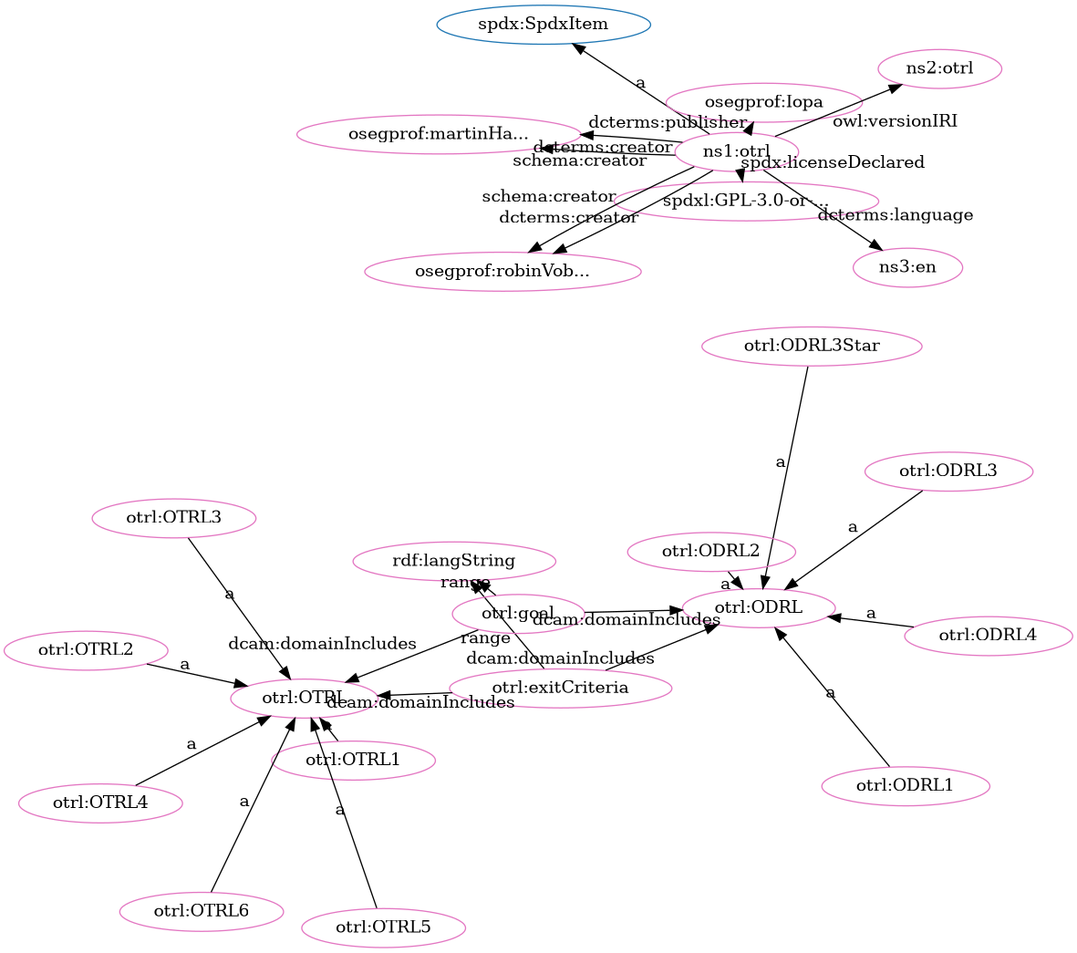
Above: src/spec/fdp_otrl-clean.png in iop-alliance/OpenKnowHow (Graphviz), before the change. Its source is kept beside it as src/spec/fdp_otrl-clean.dot.
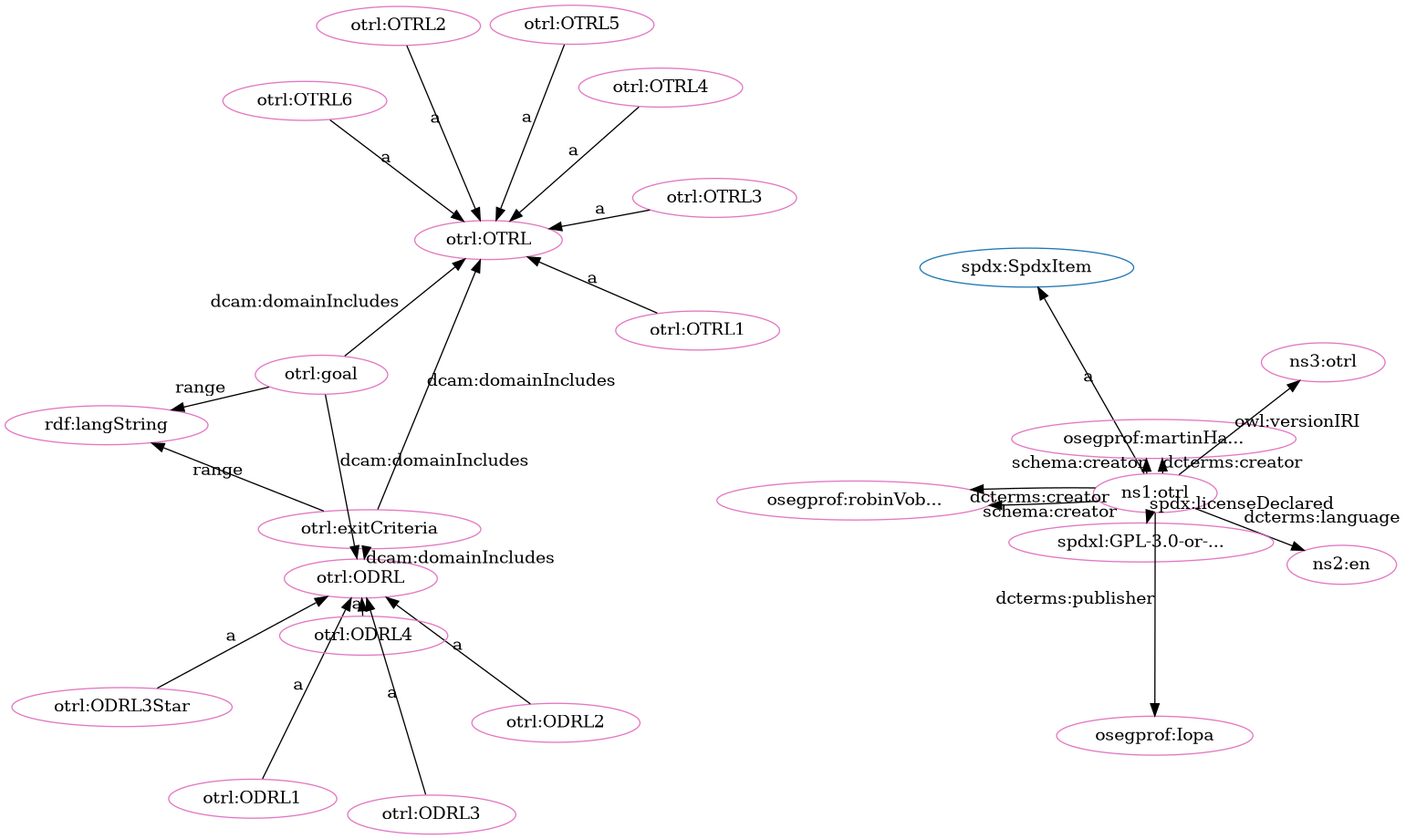
The same file after the commit.

Change to the diagram source:
```diff
@@ -1,56 +1,56 @@
 digraph G {
   rankdir=BT
   node[height=.3]
+"http://w3id.org/oseg/ont/otrl#ODRL" [fillcolor="#1f77b4" color="#1f77b4" label="otrl:ODRL"]
+"http://spdx.org/rdf/terms#SpdxItem" [fillcolor="#1f77b4" color="#1f77b4" label="spdx:SpdxItem"]
 "http://w3id.org/oseg/ont/otrl#OTRL" [fillcolor="#1f77b4" color="#1f77b4" label="otrl:OTRL"]
-"http://spdx.org/rdf/terms#SpdxItem" [fillcolor="#1f77b4" color="#1f77b4" label="spdx:SpdxItem"]
-"http://w3id.org/oseg/ont/otrl#ODRL" [fillcolor="#1f77b4" color="#1f77b4" label="otrl:ODRL"]
+"http://w3id.org/oseg/ont/otrl#OTRL" [fillcolor="#e377c2" color="#e377c2" label="otrl:OTRL"]
+"http://w3id.org/oseg/ont/otrl#ODRL1" [fillcolor="#e377c2" color="#e377c2" label="otrl:ODRL1"]
 "http://w3id.org/oseg/ont/otrl" [fillcolor="#e377c2" color="#e377c2" label="ns1:otrl"]
-"http://spdx.org/licenses/GPL-3.0-or-later" [fillcolor="#e377c2" color="#e377c2" label="spdxl:GPL-3.0-or-..."]
-"http://w3id.org/oseg/ont/otrl#exitCriteria" [fillcolor="#e377c2" color="#e377c2" label="otrl:exitCriteria"]
-"http://w3id.org/oseg/ont/otrl#OTRL3" [fillcolor="#e377c2" color="#e377c2" label="otrl:OTRL3"]
-"http://www.w3.org/1999/02/22-rdf-syntax-ns#langString" [fillcolor="#e377c2" color="#e377c2" label="rdf:langString"]
-"http://w3id.org/oseg/ont/otrl#OTRL" [fillcolor="#e377c2" color="#e377c2" label="otrl:OTRL"]
-"http://w3id.org/oseg/ont/otrl#goal" [fillcolor="#e377c2" color="#e377c2" label="otrl:goal"]
-"http://w3id.org/oseg/ont/oseg-profiles#Iopa" [fillcolor="#e377c2" color="#e377c2" label="osegprof:Iopa"]
-"http://w3id.org/oseg/ont/otrl#OTRL4" [fillcolor="#e377c2" color="#e377c2" label="otrl:OTRL4"]
+"http://id.loc.gov/vocabulary/iso639-1/en" [fillcolor="#e377c2" color="#e377c2" label="ns2:en"]
+"http://w3id.org/oseg/ont/otrl#OTRL6" [fillcolor="#e377c2" color="#e377c2" label="otrl:OTRL6"]
 "http://w3id.org/oseg/ont/oseg-profiles#martinHaeuer" [fillcolor="#e377c2" color="#e377c2" label="osegprof:martinHa..."]
 "http://w3id.org/oseg/ont/otrl#ODRL" [fillcolor="#e377c2" color="#e377c2" label="otrl:ODRL"]
-"http://w3id.org/oseg/ont/1.1.0/otrl" [fillcolor="#e377c2" color="#e377c2" label="ns2:otrl"]
+"http://www.w3.org/1999/02/22-rdf-syntax-ns#langString" [fillcolor="#e377c2" color="#e377c2" label="rdf:langString"]
+"http://w3id.org/oseg/ont/oseg-profiles#robinVobruba" [fillcolor="#e377c2" color="#e377c2" label="osegprof:robinVob..."]
+"http://w3id.org/oseg/ont/otrl#OTRL2" [fillcolor="#e377c2" color="#e377c2" label="otrl:OTRL2"]
+"http://w3id.org/oseg/ont/otrl#exitCriteria" [fillcolor="#e377c2" color="#e377c2" label="otrl:exitCriteria"]
+"http://w3id.org/oseg/ont/otrl#ODRL2" [fillcolor="#e377c2" color="#e377c2" label="otrl:ODRL2"]
+"http://w3id.org/oseg/ont/1.1.0/otrl" [fillcolor="#e377c2" color="#e377c2" label="ns3:otrl"]
+"http://w3id.org/oseg/ont/otrl#OTRL1" [fillcolor="#e377c2" color="#e377c2" label="otrl:OTRL1"]
+"http://w3id.org/oseg/ont/otrl#OTRL3" [fillcolor="#e377c2" color="#e377c2" label="otrl:OTRL3"]
 "http://w3id.org/oseg/ont/otrl#ODRL4" [fillcolor="#e377c2" color="#e377c2" label="otrl:ODRL4"]
-"http://w3id.org/oseg/ont/oseg-profiles#robinVobruba" [fillcolor="#e377c2" color="#e377c2" label="osegprof:robinVob..."]
-"http://w3id.org/oseg/ont/otrl#ODRL1" [fillcolor="#e377c2" color="#e377c2" label="otrl:ODRL1"]
-"http://w3id.org/oseg/ont/otrl#OTRL1" [fillcolor="#e377c2" color="#e377c2" label="otrl:OTRL1"]
+"http://spdx.org/licenses/GPL-3.0-or-later" [fillcolor="#e377c2" color="#e377c2" label="spdxl:GPL-3.0-or-..."]
+"http://w3id.org/oseg/ont/otrl#ODRL3Star" [fillcolor="#e377c2" color="#e377c2" label="otrl:ODRL3Star"]
+"http://w3id.org/oseg/ont/otrl#ODRL3" [fillcolor="#e377c2" color="#e377c2" label="otrl:ODRL3"]
+"http://w3id.org/oseg/ont/otrl#goal" [fillcolor="#e377c2" color="#e377c2" label="otrl:goal"]
+"http://w3id.org/oseg/ont/otrl#OTRL4" [fillcolor="#e377c2" color="#e377c2" label="otrl:OTRL4"]
 "http://w3id.org/oseg/ont/otrl#OTRL5" [fillcolor="#e377c2" color="#e377c2" label="otrl:OTRL5"]
-"http://w3id.org/oseg/ont/otrl#OTRL2" [fillcolor="#e377c2" color="#e377c2" label="otrl:OTRL2"]
-"http://w3id.org/oseg/ont/otrl#ODRL3Star" [fillcolor="#e377c2" color="#e377c2" label="otrl:ODRL3Star"]
-"http://id.loc.gov/vocabulary/iso639-1/en" [fillcolor="#e377c2" color="#e377c2" label="ns3:en"]
-"http://w3id.org/oseg/ont/otrl#ODRL3" [fillcolor="#e377c2" color="#e377c2" label="otrl:ODRL3"]
-"http://w3id.org/oseg/ont/otrl#ODRL2" [fillcolor="#e377c2" color="#e377c2" label="otrl:ODRL2"]
-"http://w3id.org/oseg/ont/otrl#OTRL6" [fillcolor="#e377c2" color="#e377c2" label="otrl:OTRL6"]
-  "http://w3id.org/oseg/ont/otrl" -> "http://spdx.org/licenses/GPL-3.0-or-later" [label="spdx:licenseDeclared"]
-  "http://w3id.org/oseg/ont/otrl#OTRL3" -> "http://w3id.org/oseg/ont/otrl#OTRL" [label="a"]
-  "http://w3id.org/oseg/ont/otrl" -> "http://w3id.org/oseg/ont/oseg-profiles#Iopa" [label="dcterms:publisher"]
-  "http://w3id.org/oseg/ont/otrl#exitCriteria" -> "http://w3id.org/oseg/ont/otrl#ODRL" [label="dcam:domainIncludes"]
-  "http://w3id.org/oseg/ont/otrl#exitCriteria" -> "http://w3id.org/oseg/ont/otrl#OTRL" [label="dcam:domainIncludes"]
-  "http://w3id.org/oseg/ont/otrl" -> "http://w3id.org/oseg/ont/1.1.0/otrl" [label="owl:versionIRI"]
-  "http://w3id.org/oseg/ont/otrl" -> "http://w3id.org/oseg/ont/oseg-profiles#martinHaeuer" [label="schema:creator"]
-  "http://w3id.org/oseg/ont/otrl" -> "http://w3id.org/oseg/ont/oseg-profiles#robinVobruba" [label="dcterms:creator"]
-  "http://w3id.org/oseg/ont/otrl#OTRL1" -> "http://w3id.org/oseg/ont/otrl#OTRL" [label="a"]
-  "http://w3id.org/oseg/ont/otrl#OTRL5" -> "http://w3id.org/oseg/ont/otrl#OTRL" [label="a"]
-  "http://w3id.org/oseg/ont/otrl#OTRL2" -> "http://w3id.org/oseg/ont/otrl#OTRL" [label="a"]
-  "http://w3id.org/oseg/ont/otrl#goal" -> "http://w3id.org/oseg/ont/otrl#ODRL" [label="dcam:domainIncludes"]
+"http://w3id.org/oseg/ont/oseg-profiles#Iopa" [fillcolor="#e377c2" color="#e377c2" label="osegprof:Iopa"]
   "http://w3id.org/oseg/ont/otrl" -> "http://id.loc.gov/vocabulary/iso639-1/en" [label="dcterms:language"]
   "http://w3id.org/oseg/ont/otrl#OTRL6" -> "http://w3id.org/oseg/ont/otrl#OTRL" [label="a"]
-  "http://w3id.org/oseg/ont/otrl" -> "http://spdx.org/rdf/terms#SpdxItem" [label="a"]
   "http://w3id.org/oseg/ont/otrl#exitCriteria" -> "http://www.w3.org/1999/02/22-rdf-syntax-ns#langString" [label="range"]
   "http://w3id.org/oseg/ont/otrl#goal" -> "http://w3id.org/oseg/ont/otrl#OTRL" [label="dcam:domainIncludes"]
+  "http://w3id.org/oseg/ont/otrl#ODRL2" -> "http://w3id.org/oseg/ont/otrl#ODRL" [label="a"]
+  "http://w3id.org/oseg/ont/otrl" -> "http://w3id.org/oseg/ont/1.1.0/otrl" [label="owl:versionIRI"]
+  "http://w3id.org/oseg/ont/otrl#exitCriteria" -> "http://w3id.org/oseg/ont/otrl#ODRL" [label="dcam:domainIncludes"]
+  "http://w3id.org/oseg/ont/otrl#OTRL3" -> "http://w3id.org/oseg/ont/otrl#OTRL" [label="a"]
+  "http://w3id.org/oseg/ont/otrl#ODRL4" -> "http://w3id.org/oseg/ont/otrl#ODRL" [label="a"]
+  "http://w3id.org/oseg/ont/otrl#ODRL3Star" -> "http://w3id.org/oseg/ont/otrl#ODRL" [label="a"]
+  "http://w3id.org/oseg/ont/otrl" -> "http://w3id.org/oseg/ont/oseg-profiles#martinHaeuer" [label="schema:creator"]
   "http://w3id.org/oseg/ont/otrl#OTRL4" -> "http://w3id.org/oseg/ont/otrl#OTRL" [label="a"]
+  "http://w3id.org/oseg/ont/otrl#OTRL5" -> "http://w3id.org/oseg/ont/otrl#OTRL" [label="a"]
+  "http://w3id.org/oseg/ont/otrl" -> "http://w3id.org/oseg/ont/oseg-profiles#Iopa" [label="dcterms:publisher"]
+  "http://w3id.org/oseg/ont/otrl#ODRL1" -> "http://w3id.org/oseg/ont/otrl#ODRL" [label="a"]
+  "http://w3id.org/oseg/ont/otrl#exitCriteria" -> "http://w3id.org/oseg/ont/otrl#OTRL" [label="dcam:domainIncludes"]
   "http://w3id.org/oseg/ont/otrl" -> "http://w3id.org/oseg/ont/oseg-profiles#martinHaeuer" [label="dcterms:creator"]
-  "http://w3id.org/oseg/ont/otrl#ODRL4" -> "http://w3id.org/oseg/ont/otrl#ODRL" [label="a"]
-  "http://w3id.org/oseg/ont/otrl#ODRL1" -> "http://w3id.org/oseg/ont/otrl#ODRL" [label="a"]
+  "http://w3id.org/oseg/ont/otrl#goal" -> "http://w3id.org/oseg/ont/otrl#ODRL" [label="dcam:domainIncludes"]
+  "http://w3id.org/oseg/ont/otrl" -> "http://w3id.org/oseg/ont/oseg-profiles#robinVobruba" [label="schema:creator"]
+  "http://w3id.org/oseg/ont/otrl#OTRL2" -> "http://w3id.org/oseg/ont/otrl#OTRL" [label="a"]
+  "http://w3id.org/oseg/ont/otrl" -> "http://spdx.org/rdf/terms#SpdxItem" [label="a"]
   "http://w3id.org/oseg/ont/otrl#goal" -> "http://www.w3.org/1999/02/22-rdf-syntax-ns#langString" [label="range"]
-  "http://w3id.org/oseg/ont/otrl#ODRL3Star" -> "http://w3id.org/oseg/ont/otrl#ODRL" [label="a"]
+  "http://w3id.org/oseg/ont/otrl#OTRL1" -> "http://w3id.org/oseg/ont/otrl#OTRL" [label="a"]
+  "http://w3id.org/oseg/ont/otrl" -> "http://w3id.org/oseg/ont/oseg-profiles#robinVobruba" [label="dcterms:creator"]
+  "http://w3id.org/oseg/ont/otrl" -> "http://spdx.org/licenses/GPL-3.0-or-later" [label="spdx:licenseDeclared"]
   "http://w3id.org/oseg/ont/otrl#ODRL3" -> "http://w3id.org/oseg/ont/otrl#ODRL" [label="a"]
-  "http://w3id.org/oseg/ont/otrl#ODRL2" -> "http://w3id.org/oseg/ont/otrl#ODRL" [label="a"]
-  "http://w3id.org/oseg/ont/otrl" -> "http://w3id.org/oseg/ont/oseg-profiles#robinVobruba" [label="schema:creator"]
 }
```
